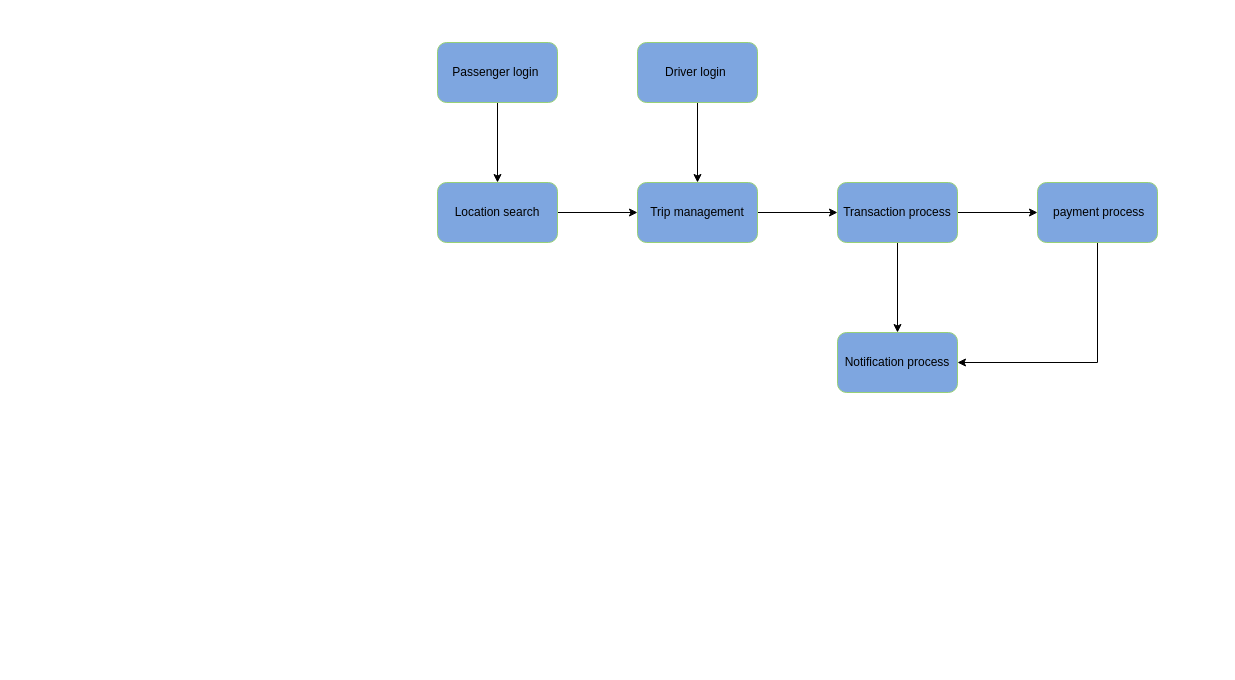
This is page "Component Model" (4 of 4) of DD_Logical_Arch_overview.drawio from JackZhao2517/drawio_folder, a draw.io file, before an edit. Source tidied: cells renumbered, new cells numbered last; positions are measured from the earlier drawing's top-left corner, leaving out a move shared by most shapes. Both pictures are drawn from the tidied source at 100%, with x=0, y=0 at pixel (437, 42).
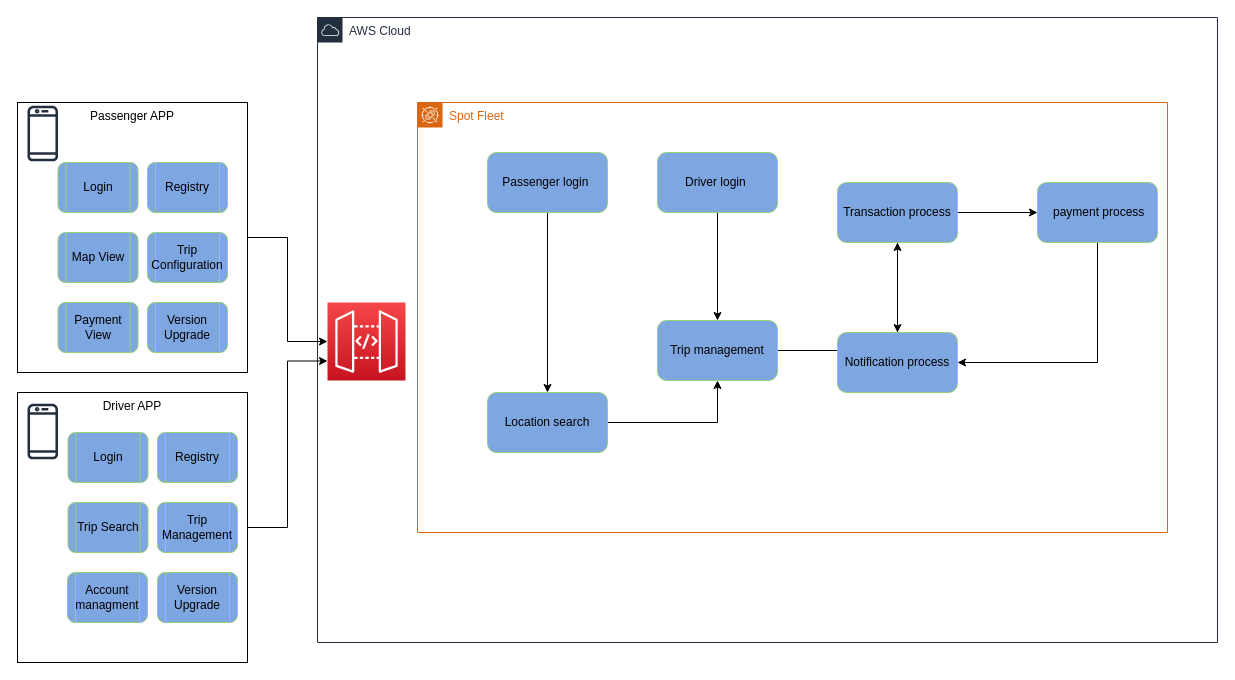
After the change.

Change to the diagram source:
```diff
@@
+    <mxCell id="16" value="Spot Fleet" style="gradientColor=none;html=1;whiteSpace=wrap;fontSize=12;fontStyle=0;shape=mxgraph.aws4.group;grIcon=mxgraph.aws4.group_spot_fleet;strokeColor=#D86613;fillColor=none;verticalAlign=top;align=left;spacingLeft=30;fontColor=#D86613;dashed=0;rounded=1;shadow=0;" parent="1" vertex="1">
+      <mxGeometry x="-20" y="60" width="750" height="430" as="geometry" />
+    </mxCell>
+    <mxCell id="17" value="AWS Cloud" style="gradientColor=none;html=1;whiteSpace=wrap;fontSize=12;fontStyle=0;shape=mxgraph.aws4.group;grIcon=mxgraph.aws4.group_aws_cloud;strokeColor=#232F3E;fillColor=none;verticalAlign=top;align=left;spacingLeft=30;fontColor=#232F3E;dashed=0;rounded=1;shadow=0;" parent="1" vertex="1">
+      <mxGeometry x="-120" y="-25" width="900" height="625" as="geometry" />
+    </mxCell>
@@
     <mxCell id="3" value="Passenger login&amp;nbsp; " style="rounded=1;whiteSpace=wrap;html=1;shadow=0;strokeColor=#97D077;fillColor=#7EA6E0;" parent="1" vertex="1">
-      <mxGeometry width="120" height="60" as="geometry" />
+      <mxGeometry x="50" y="110" width="120" height="60" as="geometry" />
     </mxCell>
@@
     <mxCell id="5" value="Location search" style="whiteSpace=wrap;html=1;rounded=1;shadow=0;strokeColor=#97D077;fillColor=#7EA6E0;" parent="1" vertex="1">
-      <mxGeometry y="140" width="120" height="60" as="geometry" />
+      <mxGeometry x="50" y="350" width="120" height="60" as="geometry" />
     </mxCell>
@@
     <mxCell id="7" value="Trip management" style="whiteSpace=wrap;html=1;rounded=1;shadow=0;strokeColor=#97D077;fillColor=#7EA6E0;" parent="1" vertex="1">
-      <mxGeometry x="200" y="140" width="120" height="60" as="geometry" />
+      <mxGeometry x="220" y="278" width="120" height="60" as="geometry" />
     </mxCell>
@@
     <mxCell id="14" value="Driver login&amp;nbsp; " style="rounded=1;whiteSpace=wrap;html=1;shadow=0;strokeColor=#97D077;fillColor=#7EA6E0;" parent="1" vertex="1">
-      <mxGeometry x="200" width="120" height="60" as="geometry" />
+      <mxGeometry x="220" y="110" width="120" height="60" as="geometry" />
     </mxCell>
@@
+    <mxCell id="18" style="edgeStyle=orthogonalEdgeStyle;rounded=0;jettySize=auto;html=1;exitX=1;exitY=0.5;exitDx=0;exitDy=0;" parent="1" edge="1" source="19" target="36">
+      <mxGeometry relative="1" as="geometry" />
+    </mxCell>
+    <mxCell id="19" value="Passenger APP" style="fillColor=none;strokeColor=#000000;verticalAlign=top;fontStyle=0;fontColor=#000000;shadow=0;" parent="1" vertex="1">
+      <mxGeometry x="-420" y="60" width="230" height="270" as="geometry" />
+    </mxCell>
+    <mxCell id="20" style="fontColor=#232F3E;gradientColor=none;fillColor=#232F3E;strokeColor=none;dashed=0;verticalLabelPosition=bottom;verticalAlign=top;align=center;html=1;fontSize=12;fontStyle=0;shape=mxgraph.aws4.mobile_client;shadow=0;" parent="1" vertex="1">
+      <mxGeometry x="-410" y="62" width="30.5" height="58" as="geometry" />
+    </mxCell>
+    <mxCell id="21" value="Login" style="shape=process;whiteSpace=wrap;html=1;backgroundOutline=1;rounded=1;shadow=0;strokeColor=#97D077;fillColor=#7EA6E0;" parent="1" vertex="1">
+      <mxGeometry x="-379.5" y="120" width="80" height="50" as="geometry" />
+    </mxCell>
+    <mxCell id="22" value="Version Upgrade" style="shape=process;whiteSpace=wrap;html=1;backgroundOutline=1;rounded=1;shadow=0;strokeColor=#97D077;fillColor=#7EA6E0;" parent="1" vertex="1">
+      <mxGeometry x="-290" y="260" width="80" height="50" as="geometry" />
+    </mxCell>
+    <mxCell id="23" value="Map View" style="shape=process;whiteSpace=wrap;html=1;backgroundOutline=1;rounded=1;shadow=0;strokeColor=#97D077;fillColor=#7EA6E0;" parent="1" vertex="1">
+      <mxGeometry x="-379.5" y="190" width="80" height="50" as="geometry" />
+    </mxCell>
+    <mxCell id="24" value="Trip Configuration" style="shape=process;whiteSpace=wrap;html=1;backgroundOutline=1;rounded=1;shadow=0;strokeColor=#97D077;fillColor=#7EA6E0;" parent="1" vertex="1">
+      <mxGeometry x="-290" y="190" width="80" height="50" as="geometry" />
+    </mxCell>
+    <mxCell id="25" value="Payment View" style="shape=process;whiteSpace=wrap;html=1;backgroundOutline=1;rounded=1;shadow=0;strokeColor=#97D077;fillColor=#7EA6E0;" parent="1" vertex="1">
+      <mxGeometry x="-379.5" y="260" width="80" height="50" as="geometry" />
+    </mxCell>
+    <mxCell id="26" value="Registry" style="shape=process;whiteSpace=wrap;html=1;backgroundOutline=1;rounded=1;shadow=0;strokeColor=#97D077;fillColor=#7EA6E0;" parent="1" vertex="1">
+      <mxGeometry x="-290" y="120" width="80" height="50" as="geometry" />
+    </mxCell>
+    <mxCell id="27" style="edgeStyle=orthogonalEdgeStyle;rounded=0;jettySize=auto;html=1;exitX=1;exitY=0.5;exitDx=0;exitDy=0;entryX=0;entryY=0.75;entryDx=0;entryDy=0;entryPerimeter=0;" parent="1" edge="1" source="28" target="36">
+      <mxGeometry relative="1" as="geometry" />
+    </mxCell>
+    <mxCell id="28" value="Driver APP" style="fillColor=none;strokeColor=#000000;verticalAlign=top;fontStyle=0;fontColor=#000000;shadow=0;" parent="1" vertex="1">
+      <mxGeometry x="-420" y="350" width="230" height="270" as="geometry" />
+    </mxCell>
+    <mxCell id="29" style="fontColor=#232F3E;gradientColor=none;fillColor=#232F3E;strokeColor=none;dashed=0;verticalLabelPosition=bottom;verticalAlign=top;align=center;html=1;fontSize=12;fontStyle=0;shape=mxgraph.aws4.mobile_client;shadow=0;" parent="1" vertex="1">
+      <mxGeometry x="-410" y="360" width="30.5" height="58" as="geometry" />
+    </mxCell>
+    <mxCell id="30" value="Login" style="shape=process;whiteSpace=wrap;html=1;backgroundOutline=1;rounded=1;shadow=0;strokeColor=#97D077;fillColor=#7EA6E0;" parent="1" vertex="1">
+      <mxGeometry x="-369.5" y="390" width="80" height="50" as="geometry" />
+    </mxCell>
+    <mxCell id="31" value="Version Upgrade" style="shape=process;whiteSpace=wrap;html=1;backgroundOutline=1;rounded=1;shadow=0;strokeColor=#97D077;fillColor=#7EA6E0;" parent="1" vertex="1">
+      <mxGeometry x="-280" y="530" width="80" height="50" as="geometry" />
+    </mxCell>
+    <mxCell id="32" value="Registry" style="shape=process;whiteSpace=wrap;html=1;backgroundOutline=1;rounded=1;shadow=0;strokeColor=#97D077;fillColor=#7EA6E0;" parent="1" vertex="1">
+      <mxGeometry x="-280" y="390" width="80" height="50" as="geometry" />
+    </mxCell>
+    <mxCell id="33" value="Trip Search" style="shape=process;whiteSpace=wrap;html=1;backgroundOutline=1;rounded=1;shadow=0;strokeColor=#97D077;fillColor=#7EA6E0;" parent="1" vertex="1">
+      <mxGeometry x="-369.5" y="460" width="80" height="50" as="geometry" />
+    </mxCell>
+    <mxCell id="34" value="Trip Management" style="shape=process;whiteSpace=wrap;html=1;backgroundOutline=1;rounded=1;shadow=0;strokeColor=#97D077;fillColor=#7EA6E0;" parent="1" vertex="1">
+      <mxGeometry x="-280" y="460" width="80" height="50" as="geometry" />
+    </mxCell>
+    <mxCell id="35" value="Account managment" style="shape=process;whiteSpace=wrap;html=1;backgroundOutline=1;rounded=1;shadow=0;strokeColor=#97D077;fillColor=#7EA6E0;" parent="1" vertex="1">
+      <mxGeometry x="-370" y="530" width="80" height="50" as="geometry" />
+    </mxCell>
+    <mxCell id="36" style="points=[[0,0,0],[0.25,0,0],[0.5,0,0],[0.75,0,0],[1,0,0],[0,1,0],[0.25,1,0],[0.5,1,0],[0.75,1,0],[1,1,0],[0,0.25,0],[0,0.5,0],[0,0.75,0],[1,0.25,0],[1,0.5,0],[1,0.75,0]];outlineConnect=0;fontColor=#232F3E;gradientColor=#F54749;gradientDirection=north;fillColor=#C7131F;strokeColor=#ffffff;dashed=0;verticalLabelPosition=bottom;verticalAlign=top;align=center;html=1;fontSize=12;fontStyle=0;shape=mxgraph.aws4.resourceIcon;resIcon=mxgraph.aws4.api_gateway;rounded=1;shadow=0;" parent="1" vertex="1">
+      <mxGeometry x="-110" y="260" width="78" height="78" as="geometry" />
+    </mxCell>
```
